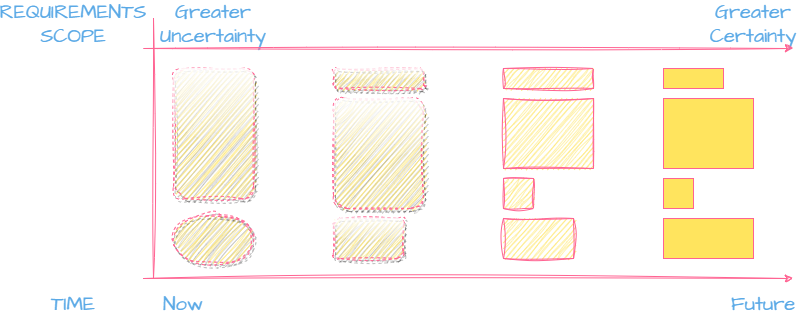
Earlier version of the draw.io export General images/RequirementsScopeOfUncertainty.png (AndreasKacofegitis/Software-Articles). Source tidied: cells renumbered, new cells last; positions are measured from the earlier drawing's top-left corner, leaving out a move shared by most shapes. Source of this version:
```xml
<mxGraphModel>
  <root>
    <mxCell id="0" />
    <mxCell id="1" parent="0" />
    <mxCell id="2" style="rounded=0;whiteSpace=wrap;html=1;sketch=1;hachureGap=4;jiggle=2;curveFitting=1;fontFamily=Architects Daughter;fontSource=https%3A%2F%2Ffonts.googleapis.com%2Fcss%3Ffamily%3DArchitects%2BDaughter;fontSize=20;labelBackgroundColor=none;fillColor=#FFE45E;strokeColor=#FF6392;fontColor=#5AA9E6;" parent="1" vertex="1">
      <mxGeometry x="460" y="90" width="90" height="70" as="geometry" />
    </mxCell>
    <mxCell id="3" style="whiteSpace=wrap;html=1;sketch=1;hachureGap=4;jiggle=2;curveFitting=1;fontFamily=Architects Daughter;fontSource=https%3A%2F%2Ffonts.googleapis.com%2Fcss%3Ffamily%3DArchitects%2BDaughter;fontSize=20;labelBackgroundColor=none;fillColor=#FFE45E;strokeColor=#FF6392;fontColor=#5AA9E6;" parent="1" vertex="1">
      <mxGeometry x="460" y="170" width="30" height="30" as="geometry" />
    </mxCell>
    <mxCell id="4" style="endArrow=classic;html=1;rounded=0;sketch=1;hachureGap=4;jiggle=2;curveFitting=1;fontFamily=Architects Daughter;fontSource=https%3A%2F%2Ffonts.googleapis.com%2Fcss%3Ffamily%3DArchitects%2BDaughter;fontSize=16;labelBackgroundColor=none;strokeColor=#FF6392;fontColor=default;" parent="1" edge="1">
      <mxGeometry relative="1" as="geometry">
        <mxPoint x="100" y="270" as="sourcePoint" />
        <mxPoint x="750" y="270" as="targetPoint" />
      </mxGeometry>
    </mxCell>
    <mxCell id="5" style="endArrow=none;html=1;rounded=0;sketch=1;hachureGap=4;jiggle=2;curveFitting=1;fontFamily=Architects Daughter;fontSource=https%3A%2F%2Ffonts.googleapis.com%2Fcss%3Ffamily%3DArchitects%2BDaughter;fontSize=16;labelBackgroundColor=none;strokeColor=#FF6392;fontColor=default;" parent="1" edge="1">
      <mxGeometry relative="1" as="geometry">
        <mxPoint x="110" y="270" as="sourcePoint" />
        <mxPoint x="110" y="10" as="targetPoint" />
      </mxGeometry>
    </mxCell>
    <mxCell id="6" style="rounded=0;whiteSpace=wrap;html=1;sketch=1;hachureGap=4;jiggle=2;curveFitting=1;fontFamily=Architects Daughter;fontSource=https%3A%2F%2Ffonts.googleapis.com%2Fcss%3Ffamily%3DArchitects%2BDaughter;fontSize=20;labelBackgroundColor=none;fillColor=#FFE45E;strokeColor=#FF6392;fontColor=#5AA9E6;" parent="1" vertex="1">
      <mxGeometry x="460" y="60" width="90" height="20" as="geometry" />
    </mxCell>
    <mxCell id="7" style="rounded=0;whiteSpace=wrap;html=1;sketch=1;hachureGap=4;jiggle=2;curveFitting=1;fontFamily=Architects Daughter;fontSource=https%3A%2F%2Ffonts.googleapis.com%2Fcss%3Ffamily%3DArchitects%2BDaughter;fontSize=20;labelBackgroundColor=none;fillColor=#FFE45E;strokeColor=#FF6392;fontColor=#5AA9E6;" parent="1" vertex="1">
      <mxGeometry x="460" y="210" width="70" height="40" as="geometry" />
    </mxCell>
    <mxCell id="8" style="rounded=1;whiteSpace=wrap;html=1;hachureGap=4;fontFamily=Architects Daughter;fontSource=https%3A%2F%2Ffonts.googleapis.com%2Fcss%3Ffamily%3DArchitects%2BDaughter;fontSize=20;shadow=1;strokeColor=#FF6392;dashed=1;glass=1;sketch=1;curveFitting=1;jiggle=2;labelBackgroundColor=none;fillColor=#FFE45E;fontColor=#5AA9E6;" parent="1" vertex="1">
      <mxGeometry x="290" y="90" width="90" height="110" as="geometry" />
    </mxCell>
    <mxCell id="9" style="rounded=1;whiteSpace=wrap;html=1;hachureGap=4;fontFamily=Architects Daughter;fontSource=https%3A%2F%2Ffonts.googleapis.com%2Fcss%3Ffamily%3DArchitects%2BDaughter;fontSize=20;shadow=1;strokeColor=#FF6392;dashed=1;glass=1;sketch=1;curveFitting=1;jiggle=2;labelBackgroundColor=none;fillColor=#FFE45E;fontColor=#5AA9E6;" parent="1" vertex="1">
      <mxGeometry x="290" y="60" width="90" height="20" as="geometry" />
    </mxCell>
    <mxCell id="10" style="rounded=1;whiteSpace=wrap;html=1;hachureGap=4;fontFamily=Architects Daughter;fontSource=https%3A%2F%2Ffonts.googleapis.com%2Fcss%3Ffamily%3DArchitects%2BDaughter;fontSize=20;shadow=1;strokeColor=#FF6392;dashed=1;glass=1;sketch=1;curveFitting=1;jiggle=2;labelBackgroundColor=none;fillColor=#FFE45E;fontColor=#5AA9E6;" parent="1" vertex="1">
      <mxGeometry x="290" y="210" width="70" height="40" as="geometry" />
    </mxCell>
    <mxCell id="11" style="rounded=0;whiteSpace=wrap;html=1;hachureGap=4;fontFamily=Architects Daughter;fontSource=https%3A%2F%2Ffonts.googleapis.com%2Fcss%3Ffamily%3DArchitects%2BDaughter;fontSize=20;labelBackgroundColor=none;fillColor=#FFE45E;strokeColor=#FF6392;fontColor=#5AA9E6;" parent="1" vertex="1">
      <mxGeometry x="620" y="90" width="90" height="70" as="geometry" />
    </mxCell>
    <mxCell id="12" style="whiteSpace=wrap;html=1;hachureGap=4;fontFamily=Architects Daughter;fontSource=https%3A%2F%2Ffonts.googleapis.com%2Fcss%3Ffamily%3DArchitects%2BDaughter;fontSize=20;labelBackgroundColor=none;fillColor=#FFE45E;strokeColor=#FF6392;fontColor=#5AA9E6;" parent="1" vertex="1">
      <mxGeometry x="620" y="170" width="30" height="30" as="geometry" />
    </mxCell>
    <mxCell id="13" style="rounded=0;whiteSpace=wrap;html=1;hachureGap=4;fontFamily=Architects Daughter;fontSource=https%3A%2F%2Ffonts.googleapis.com%2Fcss%3Ffamily%3DArchitects%2BDaughter;fontSize=20;labelBackgroundColor=none;fillColor=#FFE45E;strokeColor=#FF6392;fontColor=#5AA9E6;" parent="1" vertex="1">
      <mxGeometry x="620" y="60" width="60" height="20" as="geometry" />
    </mxCell>
    <mxCell id="14" style="rounded=0;whiteSpace=wrap;html=1;hachureGap=4;fontFamily=Architects Daughter;fontSource=https%3A%2F%2Ffonts.googleapis.com%2Fcss%3Ffamily%3DArchitects%2BDaughter;fontSize=20;labelBackgroundColor=none;fillColor=#FFE45E;strokeColor=#FF6392;fontColor=#5AA9E6;" parent="1" vertex="1">
      <mxGeometry x="620" y="210" width="90" height="40" as="geometry" />
    </mxCell>
    <mxCell id="15" value="Now" style="text;html=1;align=center;verticalAlign=middle;whiteSpace=wrap;rounded=0;fontSize=20;fontFamily=Architects Daughter;labelBackgroundColor=none;fontColor=#5AA9E6;" parent="1" vertex="1">
      <mxGeometry x="110" y="280" width="60" height="30" as="geometry" />
    </mxCell>
    <mxCell id="16" value="Future" style="text;html=1;align=center;verticalAlign=middle;whiteSpace=wrap;rounded=0;fontSize=20;fontFamily=Architects Daughter;labelBackgroundColor=none;fontColor=#5AA9E6;" parent="1" vertex="1">
      <mxGeometry x="690" y="280" width="60" height="30" as="geometry" />
    </mxCell>
    <mxCell id="17" style="rounded=1;whiteSpace=wrap;html=1;hachureGap=4;fontFamily=Architects Daughter;fontSource=https%3A%2F%2Ffonts.googleapis.com%2Fcss%3Ffamily%3DArchitects%2BDaughter;fontSize=20;shadow=1;strokeColor=#FF6392;dashed=1;glass=1;sketch=1;curveFitting=1;jiggle=2;labelBackgroundColor=none;fillColor=#FFE45E;fontColor=#5AA9E6;" parent="1" vertex="1">
      <mxGeometry x="130" y="60" width="80" height="130" as="geometry" />
    </mxCell>
    <mxCell id="18" value="Greater Uncertainty" style="text;html=1;align=center;verticalAlign=middle;whiteSpace=wrap;rounded=0;fontSize=20;fontFamily=Architects Daughter;labelBackgroundColor=none;fontColor=#5AA9E6;" parent="1" vertex="1">
      <mxGeometry x="140" width="60" height="30" as="geometry" />
    </mxCell>
    <mxCell id="19" value="Greater Certainty" style="text;html=1;align=center;verticalAlign=middle;whiteSpace=wrap;rounded=0;fontSize=20;fontFamily=Architects Daughter;labelBackgroundColor=none;fontColor=#5AA9E6;" parent="1" vertex="1">
      <mxGeometry x="680" width="60" height="30" as="geometry" />
    </mxCell>
    <mxCell id="20" style="endArrow=classic;html=1;rounded=0;sketch=1;hachureGap=4;jiggle=2;curveFitting=1;fontFamily=Architects Daughter;fontSource=https%3A%2F%2Ffonts.googleapis.com%2Fcss%3Ffamily%3DArchitects%2BDaughter;fontSize=16;labelBackgroundColor=none;strokeColor=#FF6392;fontColor=default;" parent="1" edge="1">
      <mxGeometry relative="1" as="geometry">
        <mxPoint x="100" y="40" as="sourcePoint" />
        <mxPoint x="750" y="40" as="targetPoint" />
      </mxGeometry>
    </mxCell>
    <mxCell id="21" value="TIME" style="text;html=1;align=center;verticalAlign=middle;whiteSpace=wrap;rounded=0;fontSize=20;fontFamily=Architects Daughter;labelBackgroundColor=none;fontColor=#5AA9E6;" parent="1" vertex="1">
      <mxGeometry y="280" width="60" height="30" as="geometry" />
    </mxCell>
    <mxCell id="22" value="REQUIREMENTS SCOPE" style="text;html=1;align=center;verticalAlign=middle;whiteSpace=wrap;rounded=0;fontSize=20;fontFamily=Architects Daughter;labelBackgroundColor=none;fontColor=#5AA9E6;" parent="1" vertex="1">
      <mxGeometry width="60" height="30" as="geometry" />
    </mxCell>
    <mxCell id="23" style="ellipse;whiteSpace=wrap;html=1;sketch=1;hachureGap=4;jiggle=2;curveFitting=1;strokeColor=#FF6392;fontFamily=Architects Daughter;fontSource=https%3A%2F%2Ffonts.googleapis.com%2Fcss%3Ffamily%3DArchitects%2BDaughter;fontSize=20;fontColor=#5AA9E6;fillColor=#FFE45E;labelBackgroundColor=none;shadow=1;gradientColor=none;dashed=1;" parent="1" vertex="1">
      <mxGeometry x="130" y="205" width="80" height="50" as="geometry" />
    </mxCell>
  </root>
</mxGraphModel>
```
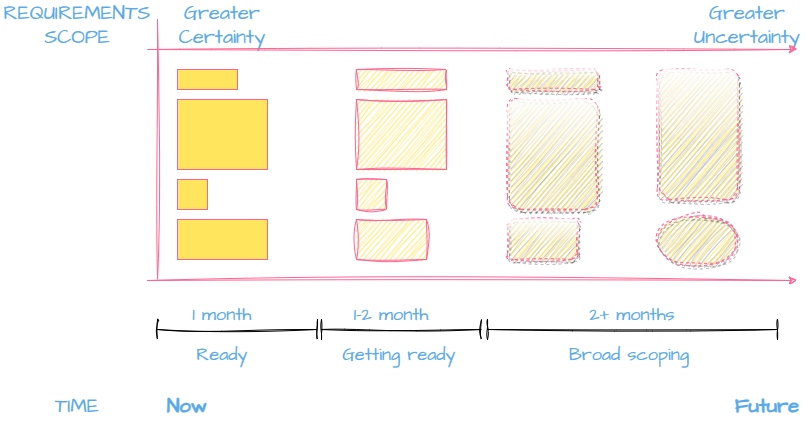
Later version of the same file.

Commit message:
Updated TeamMetrics2; revised diagram for scope of uncertainty

The edit, as a diff of the source:
```diff
@@ -3,15 +3,15 @@
     <mxCell id="0" />
     <mxCell id="1" parent="0" />
     <mxCell id="2" style="rounded=0;whiteSpace=wrap;html=1;sketch=1;hachureGap=4;jiggle=2;curveFitting=1;fontFamily=Architects Daughter;fontSource=https%3A%2F%2Ffonts.googleapis.com%2Fcss%3Ffamily%3DArchitects%2BDaughter;fontSize=20;labelBackgroundColor=none;fillColor=#FFE45E;strokeColor=#FF6392;fontColor=#5AA9E6;" parent="1" vertex="1">
-      <mxGeometry x="460" y="90" width="90" height="70" as="geometry" />
+      <mxGeometry x="309" y="90" width="90" height="70" as="geometry" />
     </mxCell>
     <mxCell id="3" style="whiteSpace=wrap;html=1;sketch=1;hachureGap=4;jiggle=2;curveFitting=1;fontFamily=Architects Daughter;fontSource=https%3A%2F%2Ffonts.googleapis.com%2Fcss%3Ffamily%3DArchitects%2BDaughter;fontSize=20;labelBackgroundColor=none;fillColor=#FFE45E;strokeColor=#FF6392;fontColor=#5AA9E6;" parent="1" vertex="1">
-      <mxGeometry x="460" y="170" width="30" height="30" as="geometry" />
+      <mxGeometry x="309" y="170" width="30" height="30" as="geometry" />
     </mxCell>
     <mxCell id="4" style="endArrow=classic;html=1;rounded=0;sketch=1;hachureGap=4;jiggle=2;curveFitting=1;fontFamily=Architects Daughter;fontSource=https%3A%2F%2Ffonts.googleapis.com%2Fcss%3Ffamily%3DArchitects%2BDaughter;fontSize=16;labelBackgroundColor=none;strokeColor=#FF6392;fontColor=default;" parent="1" edge="1">
       <mxGeometry relative="1" as="geometry">
-        <mxPoint x="100" y="270" as="sourcePoint" />
-        <mxPoint x="750" y="270" as="targetPoint" />
+        <mxPoint x="100" y="271" as="sourcePoint" />
+        <mxPoint x="750" y="271" as="targetPoint" />
       </mxGeometry>
     </mxCell>
     <mxCell id="5" style="endArrow=none;html=1;rounded=0;sketch=1;hachureGap=4;jiggle=2;curveFitting=1;fontFamily=Architects Daughter;fontSource=https%3A%2F%2Ffonts.googleapis.com%2Fcss%3Ffamily%3DArchitects%2BDaughter;fontSize=16;labelBackgroundColor=none;strokeColor=#FF6392;fontColor=default;" parent="1" edge="1">
@@ -21,46 +21,46 @@
       </mxGeometry>
     </mxCell>
     <mxCell id="6" style="rounded=0;whiteSpace=wrap;html=1;sketch=1;hachureGap=4;jiggle=2;curveFitting=1;fontFamily=Architects Daughter;fontSource=https%3A%2F%2Ffonts.googleapis.com%2Fcss%3Ffamily%3DArchitects%2BDaughter;fontSize=20;labelBackgroundColor=none;fillColor=#FFE45E;strokeColor=#FF6392;fontColor=#5AA9E6;" parent="1" vertex="1">
-      <mxGeometry x="460" y="60" width="90" height="20" as="geometry" />
+      <mxGeometry x="309" y="60" width="90" height="20" as="geometry" />
     </mxCell>
     <mxCell id="7" style="rounded=0;whiteSpace=wrap;html=1;sketch=1;hachureGap=4;jiggle=2;curveFitting=1;fontFamily=Architects Daughter;fontSource=https%3A%2F%2Ffonts.googleapis.com%2Fcss%3Ffamily%3DArchitects%2BDaughter;fontSize=20;labelBackgroundColor=none;fillColor=#FFE45E;strokeColor=#FF6392;fontColor=#5AA9E6;" parent="1" vertex="1">
-      <mxGeometry x="460" y="210" width="70" height="40" as="geometry" />
+      <mxGeometry x="309" y="210" width="70" height="40" as="geometry" />
     </mxCell>
     <mxCell id="8" style="rounded=1;whiteSpace=wrap;html=1;hachureGap=4;fontFamily=Architects Daughter;fontSource=https%3A%2F%2Ffonts.googleapis.com%2Fcss%3Ffamily%3DArchitects%2BDaughter;fontSize=20;shadow=1;strokeColor=#FF6392;dashed=1;glass=1;sketch=1;curveFitting=1;jiggle=2;labelBackgroundColor=none;fillColor=#FFE45E;fontColor=#5AA9E6;" parent="1" vertex="1">
-      <mxGeometry x="290" y="90" width="90" height="110" as="geometry" />
+      <mxGeometry x="460" y="90" width="90" height="110" as="geometry" />
     </mxCell>
     <mxCell id="9" style="rounded=1;whiteSpace=wrap;html=1;hachureGap=4;fontFamily=Architects Daughter;fontSource=https%3A%2F%2Ffonts.googleapis.com%2Fcss%3Ffamily%3DArchitects%2BDaughter;fontSize=20;shadow=1;strokeColor=#FF6392;dashed=1;glass=1;sketch=1;curveFitting=1;jiggle=2;labelBackgroundColor=none;fillColor=#FFE45E;fontColor=#5AA9E6;" parent="1" vertex="1">
-      <mxGeometry x="290" y="60" width="90" height="20" as="geometry" />
+      <mxGeometry x="460" y="60" width="90" height="20" as="geometry" />
     </mxCell>
     <mxCell id="10" style="rounded=1;whiteSpace=wrap;html=1;hachureGap=4;fontFamily=Architects Daughter;fontSource=https%3A%2F%2Ffonts.googleapis.com%2Fcss%3Ffamily%3DArchitects%2BDaughter;fontSize=20;shadow=1;strokeColor=#FF6392;dashed=1;glass=1;sketch=1;curveFitting=1;jiggle=2;labelBackgroundColor=none;fillColor=#FFE45E;fontColor=#5AA9E6;" parent="1" vertex="1">
-      <mxGeometry x="290" y="210" width="70" height="40" as="geometry" />
+      <mxGeometry x="460" y="210" width="70" height="40" as="geometry" />
     </mxCell>
     <mxCell id="11" style="rounded=0;whiteSpace=wrap;html=1;hachureGap=4;fontFamily=Architects Daughter;fontSource=https%3A%2F%2Ffonts.googleapis.com%2Fcss%3Ffamily%3DArchitects%2BDaughter;fontSize=20;labelBackgroundColor=none;fillColor=#FFE45E;strokeColor=#FF6392;fontColor=#5AA9E6;" parent="1" vertex="1">
-      <mxGeometry x="620" y="90" width="90" height="70" as="geometry" />
+      <mxGeometry x="130" y="90" width="90" height="70" as="geometry" />
     </mxCell>
     <mxCell id="12" style="whiteSpace=wrap;html=1;hachureGap=4;fontFamily=Architects Daughter;fontSource=https%3A%2F%2Ffonts.googleapis.com%2Fcss%3Ffamily%3DArchitects%2BDaughter;fontSize=20;labelBackgroundColor=none;fillColor=#FFE45E;strokeColor=#FF6392;fontColor=#5AA9E6;" parent="1" vertex="1">
-      <mxGeometry x="620" y="170" width="30" height="30" as="geometry" />
+      <mxGeometry x="130" y="170" width="30" height="30" as="geometry" />
     </mxCell>
     <mxCell id="13" style="rounded=0;whiteSpace=wrap;html=1;hachureGap=4;fontFamily=Architects Daughter;fontSource=https%3A%2F%2Ffonts.googleapis.com%2Fcss%3Ffamily%3DArchitects%2BDaughter;fontSize=20;labelBackgroundColor=none;fillColor=#FFE45E;strokeColor=#FF6392;fontColor=#5AA9E6;" parent="1" vertex="1">
-      <mxGeometry x="620" y="60" width="60" height="20" as="geometry" />
+      <mxGeometry x="130" y="60" width="60" height="20" as="geometry" />
     </mxCell>
     <mxCell id="14" style="rounded=0;whiteSpace=wrap;html=1;hachureGap=4;fontFamily=Architects Daughter;fontSource=https%3A%2F%2Ffonts.googleapis.com%2Fcss%3Ffamily%3DArchitects%2BDaughter;fontSize=20;labelBackgroundColor=none;fillColor=#FFE45E;strokeColor=#FF6392;fontColor=#5AA9E6;" parent="1" vertex="1">
-      <mxGeometry x="620" y="210" width="90" height="40" as="geometry" />
+      <mxGeometry x="130" y="210" width="90" height="40" as="geometry" />
     </mxCell>
-    <mxCell id="15" value="Now" style="text;html=1;align=center;verticalAlign=middle;whiteSpace=wrap;rounded=0;fontSize=20;fontFamily=Architects Daughter;labelBackgroundColor=none;fontColor=#5AA9E6;" parent="1" vertex="1">
-      <mxGeometry x="110" y="280" width="60" height="30" as="geometry" />
+    <mxCell id="15" value="Ready" style="text;html=1;align=center;verticalAlign=middle;whiteSpace=wrap;rounded=0;fontSize=18;fontFamily=Architects Daughter;labelBackgroundColor=none;fontColor=#5AA9E6;" parent="1" vertex="1">
+      <mxGeometry x="145" y="330" width="60" height="30" as="geometry" />
     </mxCell>
-    <mxCell id="16" value="Future" style="text;html=1;align=center;verticalAlign=middle;whiteSpace=wrap;rounded=0;fontSize=20;fontFamily=Architects Daughter;labelBackgroundColor=none;fontColor=#5AA9E6;" parent="1" vertex="1">
-      <mxGeometry x="690" y="280" width="60" height="30" as="geometry" />
+    <mxCell id="16" value="Future" style="text;html=1;align=center;verticalAlign=middle;whiteSpace=wrap;rounded=0;fontSize=20;fontFamily=Architects Daughter;labelBackgroundColor=none;fontColor=#5AA9E6;fontStyle=1;" parent="1" vertex="1">
+      <mxGeometry x="690" y="381" width="60" height="30" as="geometry" />
     </mxCell>
     <mxCell id="17" style="rounded=1;whiteSpace=wrap;html=1;hachureGap=4;fontFamily=Architects Daughter;fontSource=https%3A%2F%2Ffonts.googleapis.com%2Fcss%3Ffamily%3DArchitects%2BDaughter;fontSize=20;shadow=1;strokeColor=#FF6392;dashed=1;glass=1;sketch=1;curveFitting=1;jiggle=2;labelBackgroundColor=none;fillColor=#FFE45E;fontColor=#5AA9E6;" parent="1" vertex="1">
-      <mxGeometry x="130" y="60" width="80" height="130" as="geometry" />
+      <mxGeometry x="610" y="60" width="80" height="130" as="geometry" />
     </mxCell>
     <mxCell id="18" value="Greater Uncertainty" style="text;html=1;align=center;verticalAlign=middle;whiteSpace=wrap;rounded=0;fontSize=20;fontFamily=Architects Daughter;labelBackgroundColor=none;fontColor=#5AA9E6;" parent="1" vertex="1">
-      <mxGeometry x="140" width="60" height="30" as="geometry" />
+      <mxGeometry x="670" width="60" height="30" as="geometry" />
     </mxCell>
     <mxCell id="19" value="Greater Certainty" style="text;html=1;align=center;verticalAlign=middle;whiteSpace=wrap;rounded=0;fontSize=20;fontFamily=Architects Daughter;labelBackgroundColor=none;fontColor=#5AA9E6;" parent="1" vertex="1">
-      <mxGeometry x="680" width="60" height="30" as="geometry" />
+      <mxGeometry x="145" width="60" height="30" as="geometry" />
     </mxCell>
     <mxCell id="20" style="endArrow=classic;html=1;rounded=0;sketch=1;hachureGap=4;jiggle=2;curveFitting=1;fontFamily=Architects Daughter;fontSource=https%3A%2F%2Ffonts.googleapis.com%2Fcss%3Ffamily%3DArchitects%2BDaughter;fontSize=16;labelBackgroundColor=none;strokeColor=#FF6392;fontColor=default;" parent="1" edge="1">
       <mxGeometry relative="1" as="geometry">
@@ -69,13 +69,40 @@
       </mxGeometry>
     </mxCell>
     <mxCell id="21" value="TIME" style="text;html=1;align=center;verticalAlign=middle;whiteSpace=wrap;rounded=0;fontSize=20;fontFamily=Architects Daughter;labelBackgroundColor=none;fontColor=#5AA9E6;" parent="1" vertex="1">
-      <mxGeometry y="280" width="60" height="30" as="geometry" />
+      <mxGeometry y="381" width="60" height="30" as="geometry" />
     </mxCell>
     <mxCell id="22" value="REQUIREMENTS SCOPE" style="text;html=1;align=center;verticalAlign=middle;whiteSpace=wrap;rounded=0;fontSize=20;fontFamily=Architects Daughter;labelBackgroundColor=none;fontColor=#5AA9E6;" parent="1" vertex="1">
       <mxGeometry width="60" height="30" as="geometry" />
     </mxCell>
     <mxCell id="23" style="ellipse;whiteSpace=wrap;html=1;sketch=1;hachureGap=4;jiggle=2;curveFitting=1;strokeColor=#FF6392;fontFamily=Architects Daughter;fontSource=https%3A%2F%2Ffonts.googleapis.com%2Fcss%3Ffamily%3DArchitects%2BDaughter;fontSize=20;fontColor=#5AA9E6;fillColor=#FFE45E;labelBackgroundColor=none;shadow=1;gradientColor=none;dashed=1;" parent="1" vertex="1">
-      <mxGeometry x="130" y="205" width="80" height="50" as="geometry" />
+      <mxGeometry x="610" y="205" width="80" height="50" as="geometry" />
     </mxCell>
+    <mxCell id="24" style="shape=crossbar;whiteSpace=wrap;html=1;rounded=1;sketch=1;hachureGap=4;jiggle=2;curveFitting=1;fontFamily=Architects Daughter;fontSource=https%3A%2F%2Ffonts.googleapis.com%2Fcss%3Ffamily%3DArchitects%2BDaughter;fontSize=20;" parent="1" vertex="1">
+      <mxGeometry x="110" y="310" width="160" height="20" as="geometry" />
+    </mxCell>
+    <mxCell id="25" style="shape=crossbar;whiteSpace=wrap;html=1;rounded=1;sketch=1;hachureGap=4;jiggle=2;curveFitting=1;fontFamily=Architects Daughter;fontSource=https%3A%2F%2Ffonts.googleapis.com%2Fcss%3Ffamily%3DArchitects%2BDaughter;fontSize=20;" parent="1" vertex="1">
+      <mxGeometry x="274" y="310" width="160" height="20" as="geometry" />
+    </mxCell>
+    <mxCell id="26" style="shape=crossbar;whiteSpace=wrap;html=1;rounded=1;sketch=1;hachureGap=4;jiggle=2;curveFitting=1;fontFamily=Architects Daughter;fontSource=https%3A%2F%2Ffonts.googleapis.com%2Fcss%3Ffamily%3DArchitects%2BDaughter;fontSize=20;" parent="1" vertex="1">
+      <mxGeometry x="440" y="310" width="290" height="20" as="geometry" />
+    </mxCell>
+    <mxCell id="27" value="Now" style="text;html=1;align=center;verticalAlign=middle;whiteSpace=wrap;rounded=0;fontSize=20;fontFamily=Architects Daughter;labelBackgroundColor=none;fontColor=#5AA9E6;fontStyle=1;" parent="1" vertex="1">
+      <mxGeometry x="110" y="381" width="60" height="30" as="geometry" />
+    </mxCell>
+    <mxCell id="28" value="Getting ready" style="text;html=1;align=center;verticalAlign=middle;whiteSpace=wrap;rounded=0;fontSize=18;fontFamily=Architects Daughter;labelBackgroundColor=none;fontColor=#5AA9E6;" parent="1" vertex="1">
+      <mxGeometry x="294" y="330" width="116" height="30" as="geometry" />
+    </mxCell>
+    <mxCell id="29" value="Broad scoping" style="text;html=1;align=center;verticalAlign=middle;whiteSpace=wrap;rounded=0;fontSize=18;fontFamily=Architects Daughter;labelBackgroundColor=none;fontColor=#5AA9E6;" parent="1" vertex="1">
+      <mxGeometry x="514" y="330" width="136" height="30" as="geometry" />
+    </mxCell>
+    <mxCell id="30" value="1 month" style="text;html=1;align=center;verticalAlign=middle;whiteSpace=wrap;rounded=0;fontSize=18;fontFamily=Architects Daughter;labelBackgroundColor=none;fontColor=#5AA9E6;" parent="1" vertex="1">
+      <mxGeometry x="140" y="290" width="70" height="30" as="geometry" />
+    </mxCell>
+    <mxCell id="31" value="1-2 month" style="text;html=1;align=center;verticalAlign=middle;whiteSpace=wrap;rounded=0;fontSize=18;fontFamily=Architects Daughter;labelBackgroundColor=none;fontColor=#5AA9E6;" parent="1" vertex="1">
+      <mxGeometry x="299" y="290" width="90" height="30" as="geometry" />
+    </mxCell>
+    <mxCell id="32" value="2+ months" style="text;html=1;align=center;verticalAlign=middle;whiteSpace=wrap;rounded=0;fontSize=18;fontFamily=Architects Daughter;labelBackgroundColor=none;fontColor=#5AA9E6;" parent="1" vertex="1">
+      <mxGeometry x="540" y="290" width="90" height="30" as="geometry" />
+    </mxCell>
   </root>
 </mxGraphModel>
```
